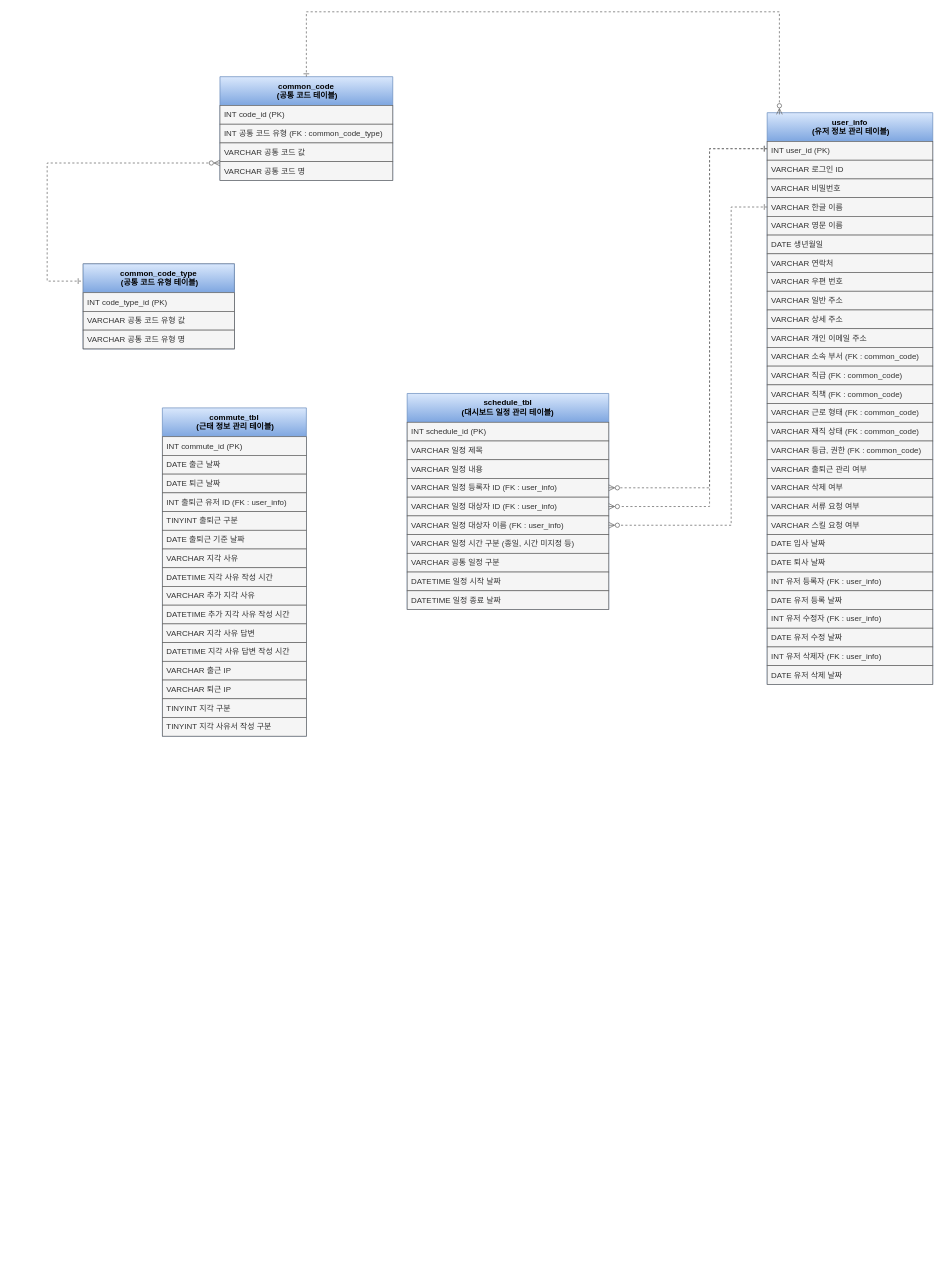
Above: page "대시보드" (2 of 8) of src/main/java/com/teraenergy/common/Untitled Diagram.drawio in hanheena/groupware (draw.io), before the change. Source tidied: cells renumbered, new cells numbered last; positions are measured from the earlier drawing's top-left corner, leaving out a move shared by most shapes. Both pictures are drawn from the tidied source at 72%, with x=0, y=0 at pixel (47, 12).
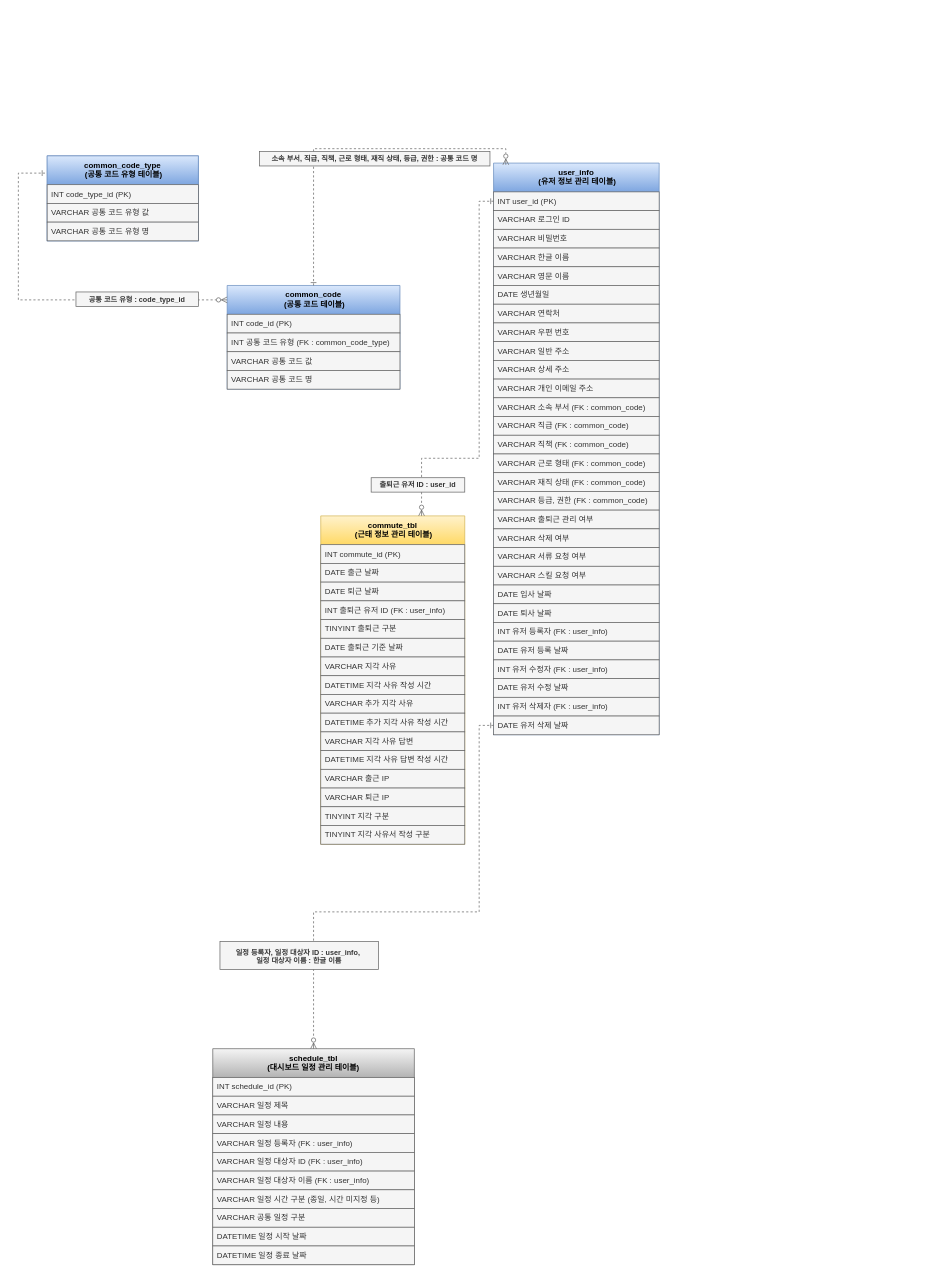
The same diagram, later.

The change refers to these unchanged cells:
```xml
<mxCell id="9" value="INT user_id (PK)" style="text;align=left;verticalAlign=top;spacingLeft=4;spacingRight=4;overflow=hidden;points=[[0,0.5],[1,0.5]];portConstraint=eastwest;fontSize=11;fillColor=#f5f5f5;fontColor=#333333;strokeColor=#666666;" parent="8" vertex="1">
  <mxGeometry y="40" width="230" height="26" as="geometry" />
</mxCell>
<mxCell id="12" value="VARCHAR 한글 이름" style="text;align=left;verticalAlign=top;spacingLeft=4;spacingRight=4;overflow=hidden;points=[[0,0.5],[1,0.5]];portConstraint=eastwest;fontSize=11;fillColor=#f5f5f5;fontColor=#333333;strokeColor=#666666;" parent="8" vertex="1">
  <mxGeometry y="118" width="230" height="26" as="geometry" />
</mxCell>
<mxCell id="37" value="DATE 유저 삭제 날짜" style="text;align=left;verticalAlign=top;spacingLeft=4;spacingRight=4;overflow=hidden;points=[[0,0.5],[1,0.5]];portConstraint=eastwest;fontSize=11;fillColor=#f5f5f5;fontColor=#333333;strokeColor=#666666;" parent="8" vertex="1">
  <mxGeometry y="768" width="230" height="26" as="geometry" />
</mxCell>
<mxCell id="49" value="VARCHAR 일정 대상자 ID (FK : user_info)" style="text;align=left;verticalAlign=top;spacingLeft=4;spacingRight=4;overflow=hidden;points=[[0,0.5],[1,0.5]];portConstraint=eastwest;fontSize=11;fillColor=#f5f5f5;fontColor=#333333;strokeColor=#666666;" parent="44" vertex="1">
  <mxGeometry y="144" width="280" height="26" as="geometry" />
</mxCell>
<mxCell id="50" value="VARCHAR 일정 대상자 이름 (FK : user_info)" style="text;align=left;verticalAlign=top;spacingLeft=4;spacingRight=4;overflow=hidden;points=[[0,0.5],[1,0.5]];portConstraint=eastwest;fontSize=11;fillColor=#f5f5f5;fontColor=#333333;strokeColor=#666666;" parent="44" vertex="1">
  <mxGeometry y="170" width="280" height="26" as="geometry" />
</mxCell>
```

Diff of the diagram source:
```diff
@@
     <mxCell id="2" value="common_code&#10; (공통 코드 테이블)" style="swimlane;fontStyle=1;align=center;verticalAlign=top;horizontal=1;startSize=40;rounded=0;shadow=0;strokeWidth=1;fontSize=11;fillColor=#dae8fc;strokeColor=#6c8ebf;gradientColor=#7ea6e0;" parent="1" vertex="1">
-      <mxGeometry x="240" y="90" width="240" height="144" as="geometry" />
+      <mxGeometry x="250" y="380" width="240" height="144" as="geometry" />
     </mxCell>
@@
     <mxCell id="7" style="edgeStyle=elbowEdgeStyle;elbow=vertical;endArrow=ERzeroToMany;html=1;rounded=0;fontSize=11;exitX=-0.014;exitY=0.203;exitDx=0;exitDy=0;dashed=1;endFill=0;startArrow=ERone;startFill=0;exitPerimeter=0;fillColor=#f5f5f5;strokeColor=#666666;" parent="1" edge="1" source="40" target="2">
       <mxGeometry relative="1" as="geometry">
         <Array as="points">
-          <mxPoint y="209.9" />
+          <mxPoint x="-40" y="400" />
         </Array>
       </mxGeometry>
     </mxCell>
     <mxCell id="8" value="user_info&#10; (유저 정보 관리 테이블)" style="swimlane;fontStyle=1;align=center;verticalAlign=top;horizontal=1;startSize=40;rounded=0;shadow=0;strokeWidth=1;fontSize=11;fillColor=#dae8fc;strokeColor=#6c8ebf;gradientColor=#7ea6e0;" parent="1" vertex="1">
-      <mxGeometry x="1000" y="140" width="230" height="794" as="geometry" />
+      <mxGeometry x="620" y="210" width="230" height="794" as="geometry" />
     </mxCell>
@@
     <mxCell id="38" style="endArrow=ERzeroToMany;dashed=1;html=1;rounded=0;fontSize=11;edgeStyle=orthogonalEdgeStyle;startArrow=ERone;startFill=0;endFill=0;exitX=0.5;exitY=0;exitDx=0;exitDy=0;entryX=0.074;entryY=0.003;entryDx=0;entryDy=0;entryPerimeter=0;fillColor=#f5f5f5;strokeColor=#666666;" parent="1" edge="1" source="2" target="8">
       <mxGeometry relative="1" as="geometry">
         <Array as="points">
-          <mxPoint x="410" y="-0.1" />
-          <mxPoint x="677" y="-0.1" />
+          <mxPoint x="370" y="190" />
+          <mxPoint x="637" y="190" />
         </Array>
       </mxGeometry>
     </mxCell>
-    <mxCell id="39" style="group;fillColor=#f5f5f5;fontColor=#333333;strokeColor=#666666;" parent="1" vertex="1">
-      <mxGeometry x="50" y="350" width="210" height="118" as="geometry" />
-    </mxCell>
+    <mxCell id="75" style="group;fillColor=#dae8fc;strokeColor=#6c8ebf;gradientColor=#7ea6e0;" parent="1" vertex="1">
+      <mxGeometry y="200" width="210" height="118" as="geometry" />
+    </mxCell>
-    <mxCell id="40" value="common_code_type&#10; (공통 코드 유형 테이블)" style="swimlane;fontStyle=1;align=center;verticalAlign=top;horizontal=1;startSize=40;rounded=0;shadow=0;strokeWidth=1;fontSize=11;swimlaneFillColor=none;fillColor=#dae8fc;strokeColor=#6c8ebf;gradientColor=#7ea6e0;" parent="39" vertex="1">
+    <mxCell id="40" value="common_code_type&#10; (공통 코드 유형 테이블)" style="swimlane;fontStyle=1;align=center;verticalAlign=top;horizontal=1;startSize=40;rounded=0;shadow=0;strokeWidth=1;fontSize=11;swimlaneFillColor=none;fillColor=#dae8fc;strokeColor=#6c8ebf;gradientColor=#7ea6e0;" parent="75" vertex="1">
       <mxGeometry width="210" height="118" as="geometry" />
     </mxCell>
-    <mxCell id="41" value="INT code_type_id (PK)" style="text;align=left;verticalAlign=top;spacingLeft=4;spacingRight=4;overflow=hidden;fontSize=11;fillColor=#f5f5f5;fontColor=#333333;strokeColor=#666666;" parent="39" vertex="1">
+    <mxCell id="41" value="INT code_type_id (PK)" style="text;align=left;verticalAlign=top;spacingLeft=4;spacingRight=4;overflow=hidden;fontSize=11;fillColor=#f5f5f5;fontColor=#333333;strokeColor=#666666;" parent="75" vertex="1">
       <mxGeometry y="40" width="210" height="26" as="geometry" />
     </mxCell>
-    <mxCell id="42" value="VARCHAR 공통 코드 유형 값" style="text;align=left;verticalAlign=top;spacingLeft=4;spacingRight=4;overflow=hidden;fontSize=11;fillColor=#f5f5f5;fontColor=#333333;strokeColor=#666666;" parent="39" vertex="1">
+    <mxCell id="42" value="VARCHAR 공통 코드 유형 값" style="text;align=left;verticalAlign=top;spacingLeft=4;spacingRight=4;overflow=hidden;fontSize=11;fillColor=#f5f5f5;fontColor=#333333;strokeColor=#666666;" parent="75" vertex="1">
       <mxGeometry y="66" width="210" height="26" as="geometry" />
     </mxCell>
-    <mxCell id="43" value="VARCHAR 공통 코드 유형 명" style="text;align=left;verticalAlign=top;spacingLeft=4;spacingRight=4;overflow=hidden;fontSize=11;fillColor=#f5f5f5;fontColor=#333333;strokeColor=#666666;" parent="39" vertex="1">
+    <mxCell id="43" value="VARCHAR 공통 코드 유형 명" style="text;align=left;verticalAlign=top;spacingLeft=4;spacingRight=4;overflow=hidden;fontSize=11;fillColor=#f5f5f5;fontColor=#333333;strokeColor=#666666;" parent="75" vertex="1">
       <mxGeometry y="92" width="210" height="26" as="geometry" />
     </mxCell>
-    <mxCell id="44" value="schedule_tbl&#10;(대시보드 일정 관리 테이블)" style="swimlane;fontStyle=1;align=center;verticalAlign=top;horizontal=1;startSize=40;rounded=0;shadow=0;strokeWidth=1;fontSize=11;fillColor=#dae8fc;strokeColor=#6c8ebf;gradientColor=#7ea6e0;" parent="1" vertex="1">
-      <mxGeometry x="500" y="530" width="280" height="300" as="geometry" />
+    <mxCell id="44" value="schedule_tbl&#10;(대시보드 일정 관리 테이블)" style="swimlane;fontStyle=1;align=center;verticalAlign=top;horizontal=1;startSize=40;rounded=0;shadow=0;strokeWidth=1;fontSize=11;fillColor=#f5f5f5;strokeColor=#666666;gradientColor=#b3b3b3;" parent="1" vertex="1">
+      <mxGeometry x="230" y="1440" width="280" height="300" as="geometry" />
     </mxCell>
@@
-    <mxCell id="48" value="VARCHAR 일정 등록자 ID (FK : user_info)" style="text;align=left;verticalAlign=top;spacingLeft=4;spacingRight=4;overflow=hidden;points=[[0,0.5],[1,0.5]];portConstraint=eastwest;fontSize=11;fillColor=#f5f5f5;fontColor=#333333;strokeColor=#666666;" parent="44" vertex="1">
-      <mxGeometry y="118" width="280" height="26" as="geometry" />
-    </mxCell>
+    <mxCell id="76" value="VARCHAR 일정 등록자 (FK : user_info)" style="text;align=left;verticalAlign=top;spacingLeft=4;spacingRight=4;overflow=hidden;fontSize=11;fillColor=#f5f5f5;fontColor=#333333;strokeColor=#666666;" parent="44" vertex="1">
+      <mxGeometry y="118" width="280" height="26" as="geometry" />
+    </mxCell>
@@
+    <mxCell id="77" style="endArrow=ERzeroToMany;dashed=1;html=1;rounded=0;fontSize=11;edgeStyle=orthogonalEdgeStyle;startArrow=ERone;startFill=0;endFill=0;entryX=0.5;entryY=0;entryDx=0;entryDy=0;exitX=0;exitY=0.5;exitDx=0;exitDy=0;fillColor=#f5f5f5;strokeColor=#666666;" parent="1" edge="1" source="37" target="44">
+      <mxGeometry relative="1" as="geometry">
+        <Array as="points">
+          <mxPoint x="600" y="991" />
+          <mxPoint x="600" y="1250" />
+          <mxPoint x="370" y="1250" />
+        </Array>
+      </mxGeometry>
+    </mxCell>
+    <mxCell id="78" value="&lt;p style=&quot;line-height: 1.1&quot;&gt;소속 부서, 직급, 직책, 근로 형태, 재직 상태, 등급, 권한 : 공통 코드 명&lt;/p&gt;" style="rounded=0;whiteSpace=wrap;html=1;fillColor=#f5f5f5;strokeColor=#666666;fontStyle=1;fontSize=10;fontColor=#333333;" parent="1" vertex="1">
+      <mxGeometry x="295" y="194" width="320" height="20" as="geometry" />
+    </mxCell>
+    <mxCell id="79" value="&lt;p style=&quot;line-height: 1.1&quot;&gt;공통 코드 유형 : code_type_id&lt;/p&gt;" style="rounded=0;whiteSpace=wrap;html=1;fillColor=#f5f5f5;strokeColor=#666666;fontStyle=1;fontSize=10;fontColor=#333333;" parent="1" vertex="1">
+      <mxGeometry x="40" y="389" width="170" height="20" as="geometry" />
+    </mxCell>
+    <mxCell id="80" value="&lt;p style=&quot;line-height: 1.1&quot;&gt;일정 등록자, 일정 대상자 ID : user_info,&amp;nbsp;&lt;br&gt;일정 대상자 이름 : 한글 이름&lt;/p&gt;" style="rounded=0;whiteSpace=wrap;html=1;fillColor=#f5f5f5;strokeColor=#666666;fontStyle=1;fontSize=10;fontColor=#333333;" parent="1" vertex="1">
+      <mxGeometry x="240" y="1291" width="220" height="39" as="geometry" />
+    </mxCell>
-    <mxCell id="55" value="commute_tbl&#10; (근태 정보 관리 테이블)" style="swimlane;fontStyle=1;align=center;verticalAlign=top;horizontal=1;startSize=40;rounded=0;shadow=0;strokeWidth=1;fontSize=11;fillColor=#dae8fc;strokeColor=#6c8ebf;gradientColor=#7ea6e0;" parent="1" vertex="1">
-      <mxGeometry x="160" y="550" width="200" height="456" as="geometry" />
+    <mxCell id="55" value="commute_tbl&#10; (근태 정보 관리 테이블)" style="swimlane;fontStyle=1;align=center;verticalAlign=top;horizontal=1;startSize=40;rounded=0;shadow=0;strokeWidth=1;fontSize=11;fillColor=#fff2cc;strokeColor=#d6b656;gradientColor=#ffd966;" parent="1" vertex="1">
+      <mxGeometry x="380" y="700" width="200" height="456" as="geometry" />
     </mxCell>
@@
-    <mxCell id="72" style="endArrow=ERzeroToMany;dashed=1;html=1;rounded=0;fontSize=11;edgeStyle=orthogonalEdgeStyle;startArrow=ERone;startFill=0;endFill=0;entryX=1;entryY=0.5;entryDx=0;entryDy=0;fillColor=#f5f5f5;strokeColor=#666666;" parent="1" edge="1" target="48">
-      <mxGeometry relative="1" as="geometry">
-        <mxPoint x="1000" y="190" as="sourcePoint" />
-        <Array as="points">
-          <mxPoint x="920" y="190" />
-          <mxPoint x="920" y="661" />
-        </Array>
-      </mxGeometry>
-    </mxCell>
-    <mxCell id="73" style="endArrow=ERzeroToMany;dashed=1;html=1;rounded=0;fontSize=11;edgeStyle=orthogonalEdgeStyle;startArrow=ERone;startFill=0;endFill=0;entryX=1;entryY=0.5;entryDx=0;entryDy=0;fillColor=#f5f5f5;strokeColor=#666666;" parent="1" edge="1" source="9" target="49">
-      <mxGeometry relative="1" as="geometry">
-        <Array as="points">
-          <mxPoint x="920" y="190" />
-          <mxPoint x="920" y="687" />
-        </Array>
-      </mxGeometry>
-    </mxCell>
-    <mxCell id="74" style="endArrow=ERzeroToMany;dashed=1;html=1;rounded=0;fontSize=11;edgeStyle=orthogonalEdgeStyle;startArrow=ERone;startFill=0;endFill=0;entryX=1;entryY=0.5;entryDx=0;entryDy=0;fillColor=#f5f5f5;strokeColor=#666666;exitX=0;exitY=0.5;exitDx=0;exitDy=0;" parent="1" edge="1" source="12" target="50">
-      <mxGeometry relative="1" as="geometry">
-        <Array as="points">
-          <mxPoint x="950" y="271" />
-          <mxPoint x="950" y="713" />
-        </Array>
-      </mxGeometry>
-    </mxCell>
+    <mxCell id="81" style="endArrow=ERzeroToMany;dashed=1;html=1;rounded=0;fontSize=11;edgeStyle=orthogonalEdgeStyle;startArrow=ERone;startFill=0;endFill=0;exitX=0;exitY=0.5;exitDx=0;exitDy=0;fillColor=#f5f5f5;strokeColor=#666666;" parent="1" edge="1">
+      <mxGeometry relative="1" as="geometry">
+        <mxPoint x="620" y="263" as="sourcePoint" />
+        <mxPoint x="520" y="700" as="targetPoint" />
+        <Array as="points">
+          <mxPoint x="600" y="263" />
+          <mxPoint x="600" y="620" />
+          <mxPoint x="520" y="620" />
+        </Array>
+      </mxGeometry>
+    </mxCell>
+    <mxCell id="82" value="&lt;p style=&quot;line-height: 1.1&quot;&gt;출퇴근 유저 ID : user_id&lt;/p&gt;" style="rounded=0;whiteSpace=wrap;html=1;fillColor=#f5f5f5;strokeColor=#666666;fontStyle=1;fontSize=10;fontColor=#333333;" parent="1" vertex="1">
+      <mxGeometry x="450" y="647" width="130" height="20" as="geometry" />
+    </mxCell>
```
